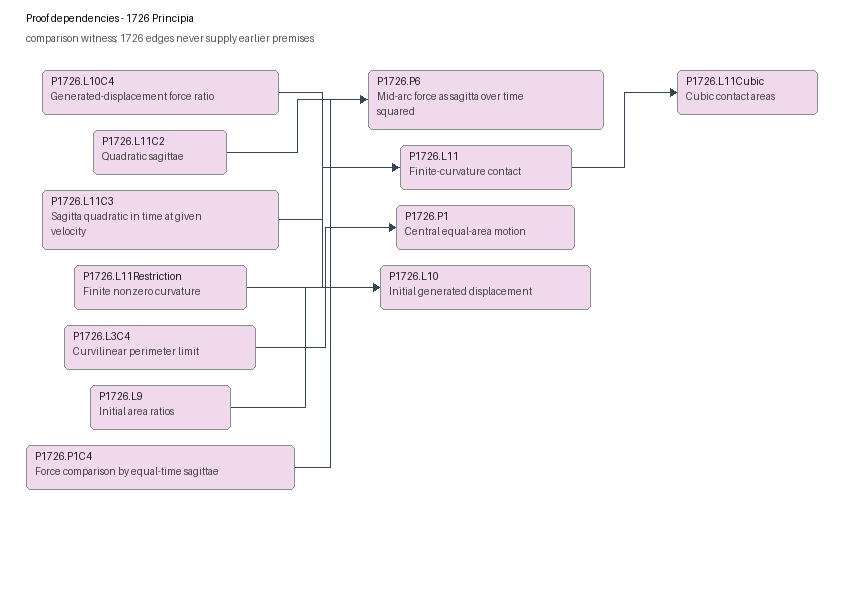
arivero/newtonlean keeps this Graphviz diagram as docs/graphs/proof-1726.png. Above is the earlier version. Its source is kept beside it as docs/graphs/proof-1726.dot.
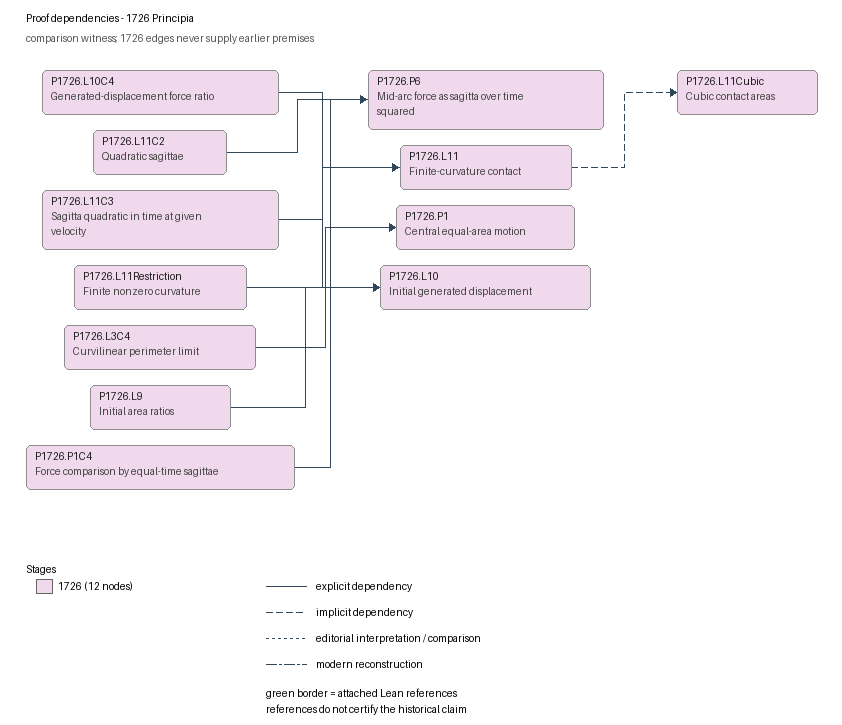
After the change.

Diff of the diagram source:
```diff
@@ -1,24 +1,24 @@
 digraph proof-1726 {
   rankdir=LR;
   node [shape=box, style="rounded,filled"];
+  "P1726.L10" [label="P1726.L10\nInitial generated displacement", fillcolor="#f0d9ec", color="#8d8d8d", penwidth=1];
+  "P1726.L10C4" [label="P1726.L10C4\nGenerated-displacement force ratio", fillcolor="#f0d9ec", color="#8d8d8d", penwidth=1];
   "P1726.L11" [label="P1726.L11\nFinite-curvature contact", fillcolor="#f0d9ec", color="#8d8d8d", penwidth=1];
-  "P1726.L10C4" [label="P1726.L10C4\nGenerated-displacement force ratio", fillcolor="#f0d9ec", color="#8d8d8d", penwidth=1];
+  "P1726.L11C2" [label="P1726.L11C2\nQuadratic sagittae", fillcolor="#f0d9ec", color="#8d8d8d", penwidth=1];
+  "P1726.L11C3" [label="P1726.L11C3\nSagitta quadratic in time at given\nvelocity", fillcolor="#f0d9ec", color="#8d8d8d", penwidth=1];
+  "P1726.L11Cubic" [label="P1726.L11Cubic\nCubic contact areas", fillcolor="#f0d9ec", color="#8d8d8d", penwidth=1];
+  "P1726.L11Restriction" [label="P1726.L11Restriction\nFinite nonzero curvature", fillcolor="#f0d9ec", color="#8d8d8d", penwidth=1];
+  "P1726.L3C4" [label="P1726.L3C4\nCurvilinear perimeter limit", fillcolor="#f0d9ec", color="#8d8d8d", penwidth=1];
+  "P1726.L9" [label="P1726.L9\nInitial area ratios", fillcolor="#f0d9ec", color="#8d8d8d", penwidth=1];
   "P1726.P1" [label="P1726.P1\nCentral equal-area motion", fillcolor="#f0d9ec", color="#8d8d8d", penwidth=1];
-  "P1726.L11C3" [label="P1726.L11C3\nSagitta quadratic in time at given\nvelocity", fillcolor="#f0d9ec", color="#8d8d8d", penwidth=1];
-  "P1726.L10" [label="P1726.L10\nInitial generated displacement", fillcolor="#f0d9ec", color="#8d8d8d", penwidth=1];
+  "P1726.P1C4" [label="P1726.P1C4\nForce comparison by equal-time sagittae", fillcolor="#f0d9ec", color="#8d8d8d", penwidth=1];
   "P1726.P6" [label="P1726.P6\nMid-arc force as sagitta over time\nsquared", fillcolor="#f0d9ec", color="#8d8d8d", penwidth=1];
-  "P1726.L9" [label="P1726.L9\nInitial area ratios", fillcolor="#f0d9ec", color="#8d8d8d", penwidth=1];
-  "P1726.P1C4" [label="P1726.P1C4\nForce comparison by equal-time sagittae", fillcolor="#f0d9ec", color="#8d8d8d", penwidth=1];
-  "P1726.L11Cubic" [label="P1726.L11Cubic\nCubic contact areas", fillcolor="#f0d9ec", color="#8d8d8d", penwidth=1];
-  "P1726.L3C4" [label="P1726.L3C4\nCurvilinear perimeter limit", fillcolor="#f0d9ec", color="#8d8d8d", penwidth=1];
-  "P1726.L11Restriction" [label="P1726.L11Restriction\nFinite nonzero curvature", fillcolor="#f0d9ec", color="#8d8d8d", penwidth=1];
-  "P1726.L11C2" [label="P1726.L11C2\nQuadratic sagittae", fillcolor="#f0d9ec", color="#8d8d8d", penwidth=1];
-  "P1726.P1C4" -> "P1726.P6" [style=solid, label="proof dependency", fontsize=9];
-  "P1726.L11C2" -> "P1726.P6" [style=solid, label="proof dependency", fontsize=9];
-  "P1726.L11C3" -> "P1726.P6" [style=solid, label="proof dependency", fontsize=9];
-  "P1726.L10C4" -> "P1726.P6" [style=solid, label="proof dependency", fontsize=9];
-  "P1726.L9" -> "P1726.L10" [style=solid, label="proof dependency", fontsize=9];
-  "P1726.L3C4" -> "P1726.P1" [style=solid, label="proof dependency", fontsize=9];
-  "P1726.L11Restriction" -> "P1726.L11" [style=solid, label="proof dependency", fontsize=9];
-  "P1726.L11" -> "P1726.L11Cubic" [style=dashed, label="proof dependency", fontsize=9];
+  "P1726.P1C4" -> "P1726.P6" [style=solid, label="proof dependency: explicit_dependency", fontsize=9];
+  "P1726.L11C2" -> "P1726.P6" [style=solid, label="proof dependency: explicit_dependency", fontsize=9];
+  "P1726.L11C3" -> "P1726.P6" [style=solid, label="proof dependency: explicit_dependency", fontsize=9];
+  "P1726.L10C4" -> "P1726.P6" [style=solid, label="proof dependency: explicit_dependency", fontsize=9];
+  "P1726.L9" -> "P1726.L10" [style=solid, label="proof dependency: explicit_dependency", fontsize=9];
+  "P1726.L3C4" -> "P1726.P1" [style=solid, label="proof dependency: explicit_dependency", fontsize=9];
+  "P1726.L11Restriction" -> "P1726.L11" [style=solid, label="proof dependency: explicit_dependency", fontsize=9];
+  "P1726.L11" -> "P1726.L11Cubic" [style=dashed, label="proof dependency: implicit_dependency", fontsize=9];
 }
```
